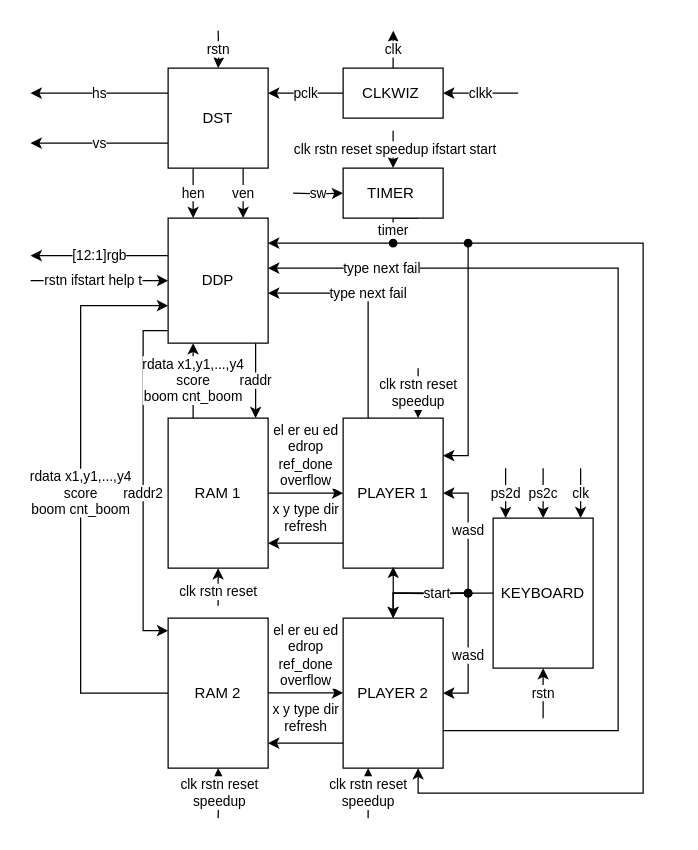
Above: 俄罗斯方块 框图.drawio in caochenrui/Draw.io (draw.io), before the change. Source tidied: cells renumbered, new cells numbered last; positions are measured from the earlier drawing's top-left corner, leaving out a move shared by most shapes. Both pictures are drawn from the tidied source at 125%, with x=0, y=0 at pixel (30, 30).
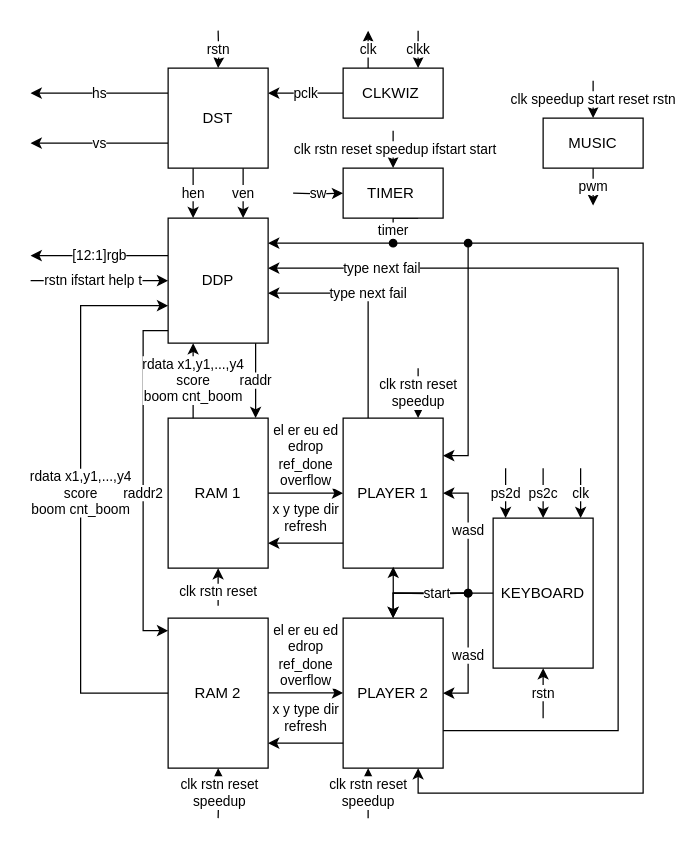
After the change.

Commit message (it also covers changes not shown here):
更新俄罗斯方块 框图.drawio

The change refers to these unchanged cells:
```xml
<mxCell id="23" value="CLKWIZ&amp;nbsp;" style="rounded=0;whiteSpace=wrap;html=1;" parent="1" vertex="1">
  <mxGeometry x="250" y="30" width="80" height="40" as="geometry" />
</mxCell>
```

The edit, as a diff of the source:
```diff
@@
-    <mxCell id="22" value="clk" style="edgeStyle=orthogonalEdgeStyle;rounded=0;jettySize=auto;html=1;exitX=0.5;exitY=0;exitDx=0;exitDy=0;startArrow=none;startFill=0;" parent="1" edge="1" source="23">
+    <mxCell id="22" value="clk" style="edgeStyle=orthogonalEdgeStyle;rounded=0;jettySize=auto;html=1;startArrow=none;startFill=0;" parent="1" edge="1" source="23">
       <mxGeometry relative="1" as="geometry">
-        <mxPoint x="290.1" as="targetPoint" />
+        <mxPoint x="270" as="targetPoint" />
+        <Array as="points">
+          <mxPoint x="270" />
+        </Array>
       </mxGeometry>
     </mxCell>
@@
     <mxCell id="24" value="clkk" style="edgeStyle=orthogonalEdgeStyle;rounded=0;jettySize=auto;html=1;" parent="1" edge="1" target="23">
       <mxGeometry relative="1" as="geometry">
-        <mxPoint x="390" y="50" as="sourcePoint" />
+        <mxPoint x="310" as="sourcePoint" />
         <Array as="points">
-          <mxPoint x="390" y="50" />
+          <mxPoint x="310" y="10" />
+          <mxPoint x="310" y="10" />
         </Array>
       </mxGeometry>
     </mxCell>
@@
+    <mxCell id="49" value="pwm" style="edgeStyle=orthogonalEdgeStyle;rounded=0;jettySize=auto;html=1;" parent="1" edge="1" source="50">
+      <mxGeometry relative="1" as="geometry">
+        <mxPoint x="450" y="140" as="targetPoint" />
+        <Array as="points">
+          <mxPoint x="450" y="130" />
+        </Array>
+      </mxGeometry>
+    </mxCell>
+    <mxCell id="50" value="MUSIC" style="rounded=0;whiteSpace=wrap;html=1;" parent="1" vertex="1">
+      <mxGeometry x="410" y="70" width="80" height="40" as="geometry" />
+    </mxCell>
+    <mxCell id="51" value="clk speedup start reset rstn" style="edgeStyle=orthogonalEdgeStyle;rounded=0;jettySize=auto;html=1;entryX=0.5;entryY=0;entryDx=0;entryDy=0;" parent="1" edge="1" target="50">
+      <mxGeometry relative="1" as="geometry">
+        <mxPoint x="450" y="40" as="sourcePoint" />
+      </mxGeometry>
+    </mxCell>
```
